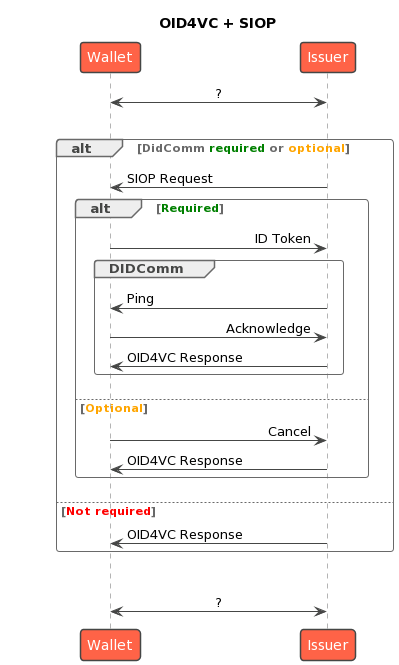
The PlantUML diagram Diagramme/siop.png in IDunion/OpenIDIDComm, before a commit. Source of this version:
```plantuml
@startuml
!theme vibrant
!pragma teoz true
title "OID4VC + SIOP"
participant Wallet
participant "Issuer" as CI
skinparam ParticipantPadding 75
skinparam sequenceMessageAlign reverseDirection

Wallet <-> CI: ?
|||
alt DidComm <color green>required</color> or <color orange>optional</color>
    CI -> Wallet: SIOP Request
    alt <color green>Required</color>
        Wallet -> CI: ID Token
        group DIDComm
           CI -> Wallet: Ping
           Wallet -> CI: Acknowledge
           CI -> Wallet: OID4VC Response
        end
    else <color orange>Optional</color>
        Wallet -> CI: Cancel
        CI -> Wallet: OID4VC Response
    end
else <color red>Not required</color>
    CI -> Wallet: OID4VC Response
end
|||
Wallet <-> CI: ?
@enduml
```
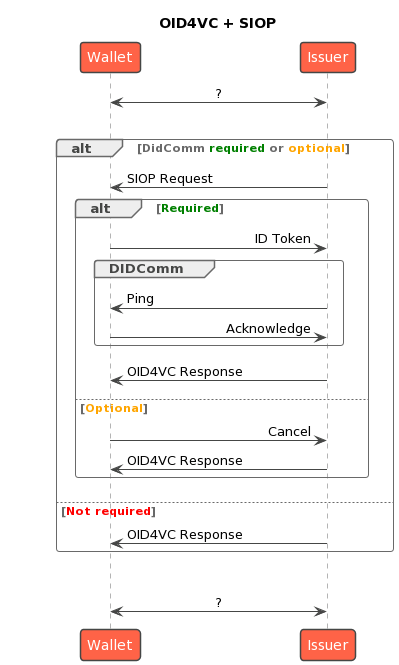
The same diagram one commit later.

Diff of the diagram source:
```diff
@@ -16,8 +16,8 @@
         group DIDComm
            CI -> Wallet: Ping
            Wallet -> CI: Acknowledge
-           CI -> Wallet: OID4VC Response
         end
+        CI -> Wallet: OID4VC Response
     else <color orange>Optional</color>
         Wallet -> CI: Cancel
         CI -> Wallet: OID4VC Response
```
